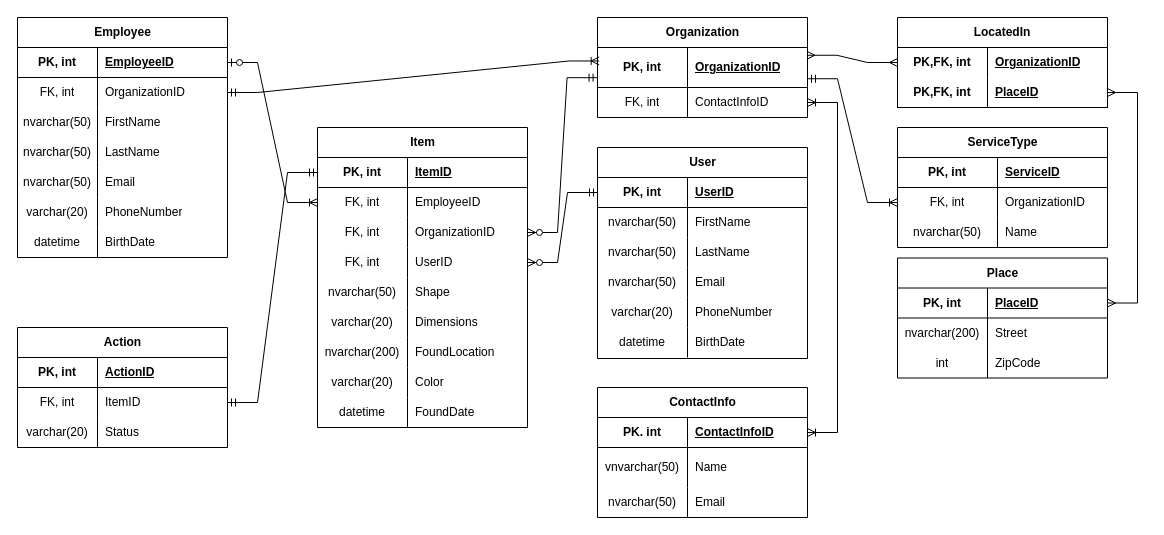
Earlier version of the draw.io diagram physical model.drawio (igor2080/db1_large_project). Source tidied: cells renumbered, new cells numbered last; positions are measured from the earlier drawing's top-left corner, leaving out a move shared by most shapes. Both pictures are drawn from the tidied source at 100%, with x=0, y=0 at pixel (17, 17).
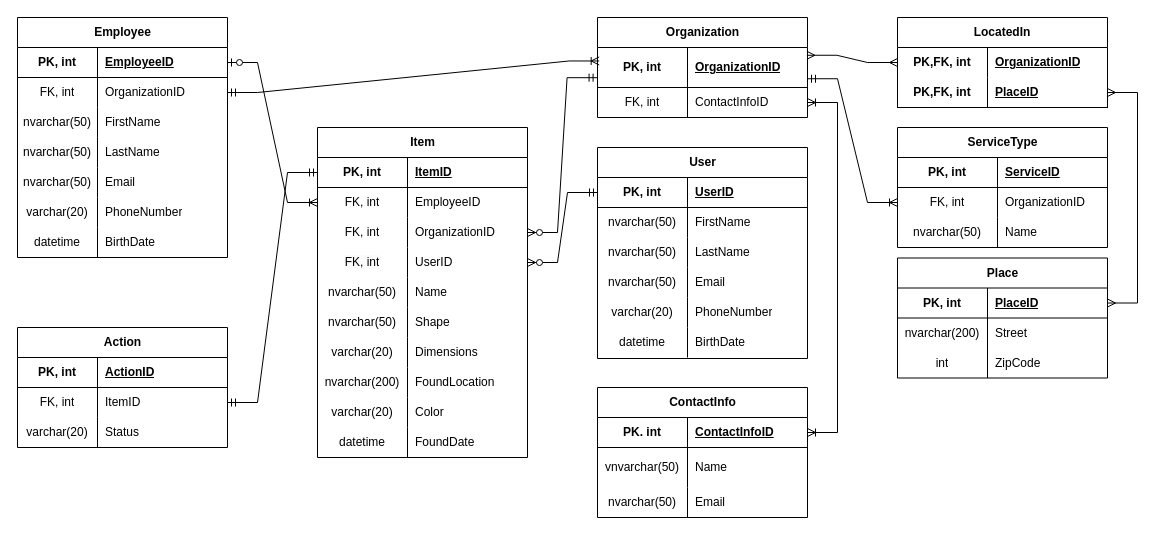
The same diagram, later.

Commit message (it also covers changes not shown here):
add name field to item

Diff of the diagram source:
```diff
@@
     <mxCell id="24" value="Item" style="shape=table;startSize=30;childLayout=tableLayout;rowLines=0;fontStyle=1;align=center;html=1;" parent="1" vertex="1">
-      <mxGeometry x="300" y="110" width="210" height="300" as="geometry" />
+      <mxGeometry x="300" y="110" width="210" height="330" as="geometry" />
     </mxCell>
@@
+    <mxCell id="134" style="shape=tableRow;horizontal=0;startSize=0;swimlaneHead=0;swimlaneBody=0;fillColor=none;top=0;left=0;right=0;bottom=0;" parent="24" vertex="1">
+      <mxGeometry y="150" width="210" height="30" as="geometry" />
+    </mxCell>
+    <mxCell id="135" value="nvarchar(50)" style="shape=partialRectangle;fillColor=none;top=0;left=0;bottom=0;right=0;overflow=hidden;whiteSpace=wrap;html=1;" parent="134" vertex="1">
+      <mxGeometry width="90" height="30" as="geometry" />
+    </mxCell>
+    <mxCell id="136" value="Name" style="shape=partialRectangle;fillColor=none;top=0;left=0;bottom=0;right=0;align=left;spacingLeft=6;overflow=hidden;whiteSpace=wrap;html=1;" parent="134" vertex="1">
+      <mxGeometry x="90" width="120" height="30" as="geometry" />
+    </mxCell>
     <mxCell id="37" style="shape=tableRow;horizontal=0;startSize=0;swimlaneHead=0;swimlaneBody=0;fillColor=none;top=0;left=0;right=0;bottom=0;" parent="24" vertex="1">
-      <mxGeometry y="150" width="210" height="30" as="geometry" />
+      <mxGeometry y="180" width="210" height="30" as="geometry" />
     </mxCell>
@@
     <mxCell id="40" style="shape=tableRow;horizontal=0;startSize=0;swimlaneHead=0;swimlaneBody=0;fillColor=none;top=0;left=0;right=0;bottom=0;" parent="24" vertex="1">
-      <mxGeometry y="180" width="210" height="30" as="geometry" />
+      <mxGeometry y="210" width="210" height="30" as="geometry" />
     </mxCell>
@@
     <mxCell id="43" style="shape=tableRow;horizontal=0;startSize=0;swimlaneHead=0;swimlaneBody=0;fillColor=none;top=0;left=0;right=0;bottom=0;" parent="24" vertex="1">
-      <mxGeometry y="210" width="210" height="30" as="geometry" />
+      <mxGeometry y="240" width="210" height="30" as="geometry" />
     </mxCell>
@@
     <mxCell id="46" style="shape=tableRow;horizontal=0;startSize=0;swimlaneHead=0;swimlaneBody=0;fillColor=none;top=0;left=0;right=0;bottom=0;" parent="24" vertex="1">
-      <mxGeometry y="240" width="210" height="30" as="geometry" />
+      <mxGeometry y="270" width="210" height="30" as="geometry" />
     </mxCell>
@@
     <mxCell id="49" style="shape=tableRow;horizontal=0;startSize=0;swimlaneHead=0;swimlaneBody=0;fillColor=none;top=0;left=0;right=0;bottom=0;" parent="24" vertex="1">
-      <mxGeometry y="270" width="210" height="30" as="geometry" />
+      <mxGeometry y="300" width="210" height="30" as="geometry" />
     </mxCell>
```
